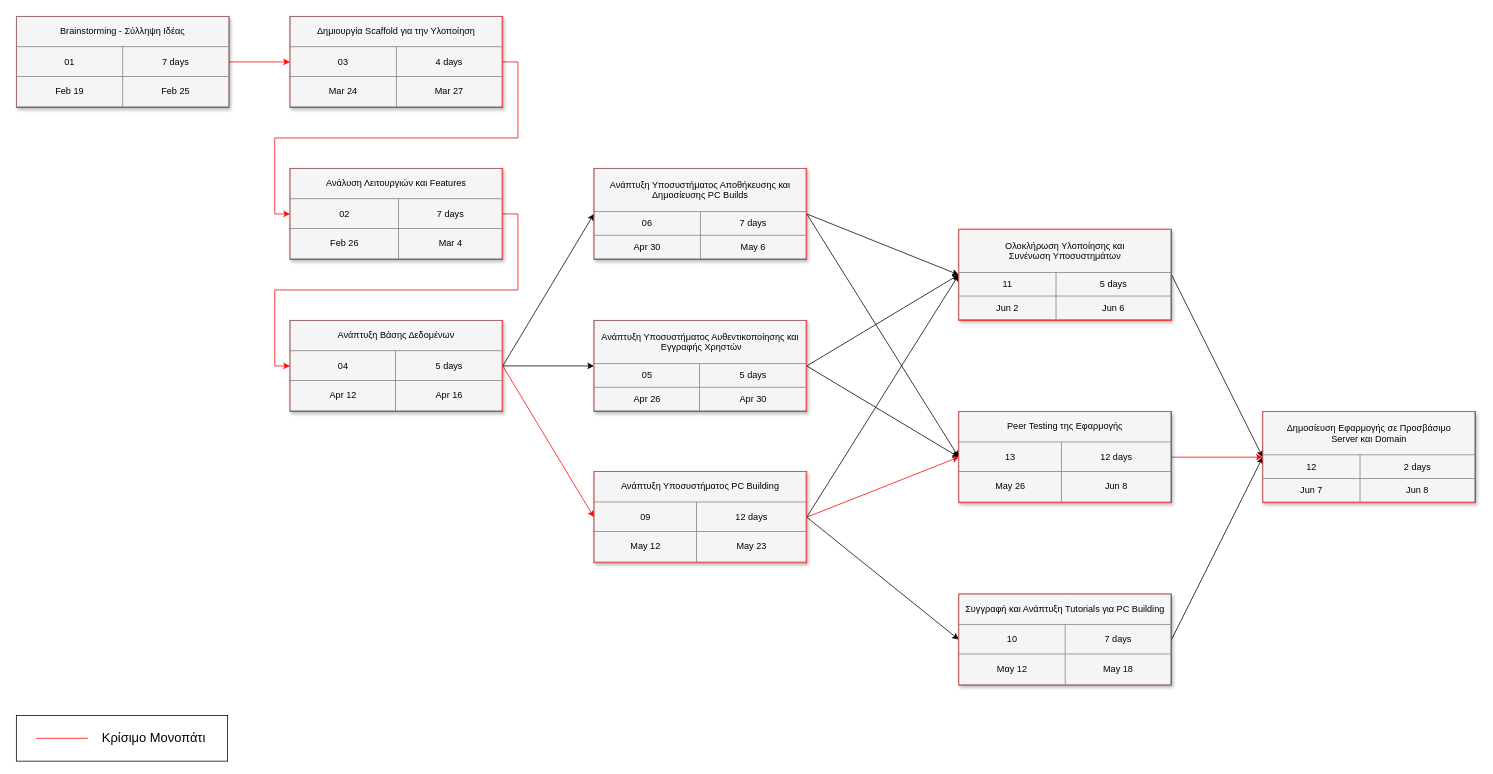
The draw.io diagram Report Files/1ο Παραδοτέο/Project Plan v0.1/project_pert.drawio in mpapasterg/click-n-build, before the edit. Source tidied: cells renumbered, new cells numbered last; positions are measured from the earlier drawing's top-left corner, leaving out a move shared by most shapes. Both pictures are drawn from the tidied source at 76%, with x=0, y=0 at pixel (16, 16).
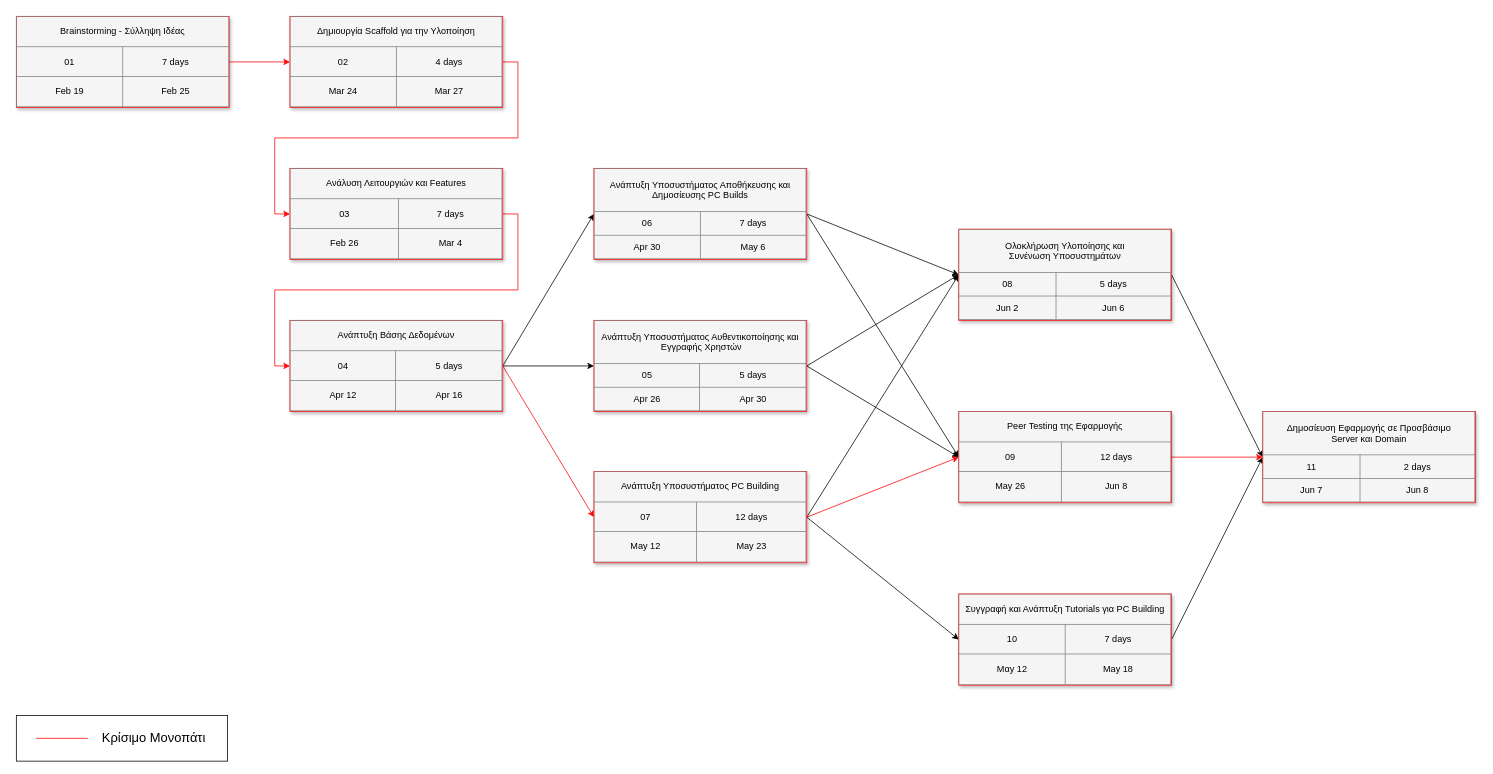
The same diagram, later.

Change to the diagram source:
```diff
@@
-    <mxCell id="4" value="&lt;table style=&quot;width: 100% ; height: 100% ; border-collapse: collapse&quot; width=&quot;100%&quot; border=&quot;1&quot;&gt;&lt;tbody&gt;&lt;tr&gt;&lt;td align=&quot;center&quot; colspan=&quot;2&quot;&gt;Δημιουργία Scaffold για την Υλοποίηση&lt;/td&gt;&lt;/tr&gt;&lt;tr&gt;&lt;td align=&quot;center&quot;&gt;03&lt;/td&gt;&lt;td align=&quot;center&quot;&gt;&lt;font style=&quot;font-size: 12px;&quot;&gt;4 days&lt;/font&gt;&lt;/td&gt;&lt;/tr&gt;&lt;tr&gt;&lt;td align=&quot;center&quot;&gt;&lt;font style=&quot;font-size: 12px;&quot;&gt;Mar 24&lt;/font&gt;&lt;/td&gt;&lt;td align=&quot;center&quot;&gt;&lt;font style=&quot;font-size: 12px;&quot;&gt;Mar 27&lt;/font&gt;&lt;/td&gt;&lt;/tr&gt;&lt;/tbody&gt;&lt;/table&gt;" style="text;html=1;strokeColor=#FF0000;fillColor=#f5f5f5;overflow=fill;rounded=0;shadow=1;fontSize=12;align=center;fontColor=#000000;" parent="1" vertex="1">
+    <mxCell id="4" value="&lt;table style=&quot;width: 100% ; height: 100% ; border-collapse: collapse&quot; width=&quot;100%&quot; border=&quot;1&quot;&gt;&lt;tbody&gt;&lt;tr&gt;&lt;td align=&quot;center&quot; colspan=&quot;2&quot;&gt;Δημιουργία Scaffold για την Υλοποίηση&lt;/td&gt;&lt;/tr&gt;&lt;tr&gt;&lt;td align=&quot;center&quot;&gt;02&lt;/td&gt;&lt;td align=&quot;center&quot;&gt;&lt;font style=&quot;font-size: 12px;&quot;&gt;4 days&lt;/font&gt;&lt;/td&gt;&lt;/tr&gt;&lt;tr&gt;&lt;td align=&quot;center&quot;&gt;&lt;font style=&quot;font-size: 12px;&quot;&gt;Mar 24&lt;/font&gt;&lt;/td&gt;&lt;td align=&quot;center&quot;&gt;&lt;font style=&quot;font-size: 12px;&quot;&gt;Mar 27&lt;/font&gt;&lt;/td&gt;&lt;/tr&gt;&lt;/tbody&gt;&lt;/table&gt;" style="text;html=1;strokeColor=#FF0000;fillColor=#f5f5f5;overflow=fill;rounded=0;shadow=1;fontSize=12;align=center;fontColor=#000000;" parent="1" vertex="1">
       <mxGeometry x="360" width="280" height="120" as="geometry" />
     </mxCell>
@@
-    <mxCell id="8" value="&lt;table style=&quot;width: 100% ; height: 100% ; border-collapse: collapse&quot; width=&quot;100%&quot; border=&quot;1&quot;&gt;&lt;tbody&gt;&lt;tr&gt;&lt;td align=&quot;center&quot; colspan=&quot;2&quot;&gt;Ανάλυση Λειτουργιών και Features&lt;/td&gt;&lt;/tr&gt;&lt;tr&gt;&lt;td align=&quot;center&quot;&gt;02&lt;/td&gt;&lt;td align=&quot;center&quot;&gt;&lt;font style=&quot;font-size: 12px;&quot;&gt;7 days&lt;/font&gt;&lt;/td&gt;&lt;/tr&gt;&lt;tr&gt;&lt;td align=&quot;center&quot;&gt;Feb 26&lt;/td&gt;&lt;td align=&quot;center&quot;&gt;&lt;font style=&quot;font-size: 12px;&quot;&gt;Mar 4&lt;/font&gt;&lt;/td&gt;&lt;/tr&gt;&lt;/tbody&gt;&lt;/table&gt;" style="text;html=1;strokeColor=#FF0000;fillColor=#f5f5f5;overflow=fill;rounded=0;shadow=1;fontSize=12;align=center;fontColor=#000000;" parent="1" vertex="1">
+    <mxCell id="8" value="&lt;table style=&quot;width: 100% ; height: 100% ; border-collapse: collapse&quot; width=&quot;100%&quot; border=&quot;1&quot;&gt;&lt;tbody&gt;&lt;tr&gt;&lt;td align=&quot;center&quot; colspan=&quot;2&quot;&gt;Ανάλυση Λειτουργιών και Features&lt;/td&gt;&lt;/tr&gt;&lt;tr&gt;&lt;td align=&quot;center&quot;&gt;03&lt;/td&gt;&lt;td align=&quot;center&quot;&gt;&lt;font style=&quot;font-size: 12px;&quot;&gt;7 days&lt;/font&gt;&lt;/td&gt;&lt;/tr&gt;&lt;tr&gt;&lt;td align=&quot;center&quot;&gt;Feb 26&lt;/td&gt;&lt;td align=&quot;center&quot;&gt;&lt;font style=&quot;font-size: 12px;&quot;&gt;Mar 4&lt;/font&gt;&lt;/td&gt;&lt;/tr&gt;&lt;/tbody&gt;&lt;/table&gt;" style="text;html=1;strokeColor=#FF0000;fillColor=#f5f5f5;overflow=fill;rounded=0;shadow=1;fontSize=12;align=center;fontColor=#000000;" parent="1" vertex="1">
       <mxGeometry x="360" y="200" width="280" height="120" as="geometry" />
     </mxCell>
@@
-    <mxCell id="24" value="&lt;table style=&quot;width: 100% ; height: 100% ; border-collapse: collapse&quot; width=&quot;100%&quot; border=&quot;1&quot;&gt;&lt;tbody&gt;&lt;tr&gt;&lt;td align=&quot;center&quot; colspan=&quot;2&quot;&gt;Ανάπτυξη Υποσυστήματος PC Building&lt;/td&gt;&lt;/tr&gt;&lt;tr&gt;&lt;td align=&quot;center&quot;&gt;09&lt;/td&gt;&lt;td align=&quot;center&quot;&gt;&lt;font style=&quot;font-size: 12px;&quot;&gt;12 days&lt;/font&gt;&lt;/td&gt;&lt;/tr&gt;&lt;tr&gt;&lt;td align=&quot;center&quot;&gt;&lt;font style=&quot;font-size: 12px;&quot;&gt;May 12&lt;/font&gt;&lt;/td&gt;&lt;td align=&quot;center&quot;&gt;&lt;font style=&quot;font-size: 12px;&quot;&gt;May 23&lt;/font&gt;&lt;/td&gt;&lt;/tr&gt;&lt;/tbody&gt;&lt;/table&gt;" style="text;html=1;strokeColor=#FF0000;fillColor=#f5f5f5;overflow=fill;rounded=0;shadow=1;fontSize=12;align=center;fontColor=#000000;" parent="1" vertex="1">
+    <mxCell id="24" value="&lt;table style=&quot;width: 100% ; height: 100% ; border-collapse: collapse&quot; width=&quot;100%&quot; border=&quot;1&quot;&gt;&lt;tbody&gt;&lt;tr&gt;&lt;td align=&quot;center&quot; colspan=&quot;2&quot;&gt;Ανάπτυξη Υποσυστήματος PC Building&lt;/td&gt;&lt;/tr&gt;&lt;tr&gt;&lt;td align=&quot;center&quot;&gt;07&lt;/td&gt;&lt;td align=&quot;center&quot;&gt;&lt;font style=&quot;font-size: 12px;&quot;&gt;12 days&lt;/font&gt;&lt;/td&gt;&lt;/tr&gt;&lt;tr&gt;&lt;td align=&quot;center&quot;&gt;&lt;font style=&quot;font-size: 12px;&quot;&gt;May 12&lt;/font&gt;&lt;/td&gt;&lt;td align=&quot;center&quot;&gt;&lt;font style=&quot;font-size: 12px;&quot;&gt;May 23&lt;/font&gt;&lt;/td&gt;&lt;/tr&gt;&lt;/tbody&gt;&lt;/table&gt;" style="text;html=1;strokeColor=#FF0000;fillColor=#f5f5f5;overflow=fill;rounded=0;shadow=1;fontSize=12;align=center;fontColor=#000000;" parent="1" vertex="1">
       <mxGeometry x="760" y="599" width="280" height="120" as="geometry" />
     </mxCell>
@@
-    <mxCell id="28" value="&lt;table style=&quot;width: 100% ; height: 100% ; border-collapse: collapse&quot; width=&quot;100%&quot; border=&quot;1&quot;&gt;&lt;tbody&gt;&lt;tr&gt;&lt;td align=&quot;center&quot; colspan=&quot;2&quot;&gt;Ολοκλήρωση Υλοποίησης και &lt;br&gt;Συνένωση Υποσυστημάτων&lt;/td&gt;&lt;/tr&gt;&lt;tr&gt;&lt;td align=&quot;center&quot;&gt;11&lt;/td&gt;&lt;td align=&quot;center&quot;&gt;&lt;font style=&quot;font-size: 12px;&quot;&gt;5 days&lt;/font&gt;&lt;/td&gt;&lt;/tr&gt;&lt;tr&gt;&lt;td align=&quot;center&quot;&gt;Jun 2&lt;/td&gt;&lt;td align=&quot;center&quot;&gt;Jun 6&lt;/td&gt;&lt;/tr&gt;&lt;/tbody&gt;&lt;/table&gt;" style="text;html=1;strokeColor=#FF0000;fillColor=#f5f5f5;overflow=fill;rounded=0;shadow=1;fontSize=12;align=center;fontColor=#000000;" parent="1" vertex="1">
+    <mxCell id="28" value="&lt;table style=&quot;width: 100% ; height: 100% ; border-collapse: collapse&quot; width=&quot;100%&quot; border=&quot;1&quot;&gt;&lt;tbody&gt;&lt;tr&gt;&lt;td align=&quot;center&quot; colspan=&quot;2&quot;&gt;Ολοκλήρωση Υλοποίησης και &lt;br&gt;Συνένωση Υποσυστημάτων&lt;/td&gt;&lt;/tr&gt;&lt;tr&gt;&lt;td align=&quot;center&quot;&gt;08&lt;/td&gt;&lt;td align=&quot;center&quot;&gt;&lt;font style=&quot;font-size: 12px;&quot;&gt;5 days&lt;/font&gt;&lt;/td&gt;&lt;/tr&gt;&lt;tr&gt;&lt;td align=&quot;center&quot;&gt;Jun 2&lt;/td&gt;&lt;td align=&quot;center&quot;&gt;Jun 6&lt;/td&gt;&lt;/tr&gt;&lt;/tbody&gt;&lt;/table&gt;" style="text;html=1;strokeColor=#FF0000;fillColor=#f5f5f5;overflow=fill;rounded=0;shadow=1;fontSize=12;align=center;fontColor=#000000;" parent="1" vertex="1">
       <mxGeometry x="1240" y="280" width="280" height="120" as="geometry" />
     </mxCell>
-    <mxCell id="29" value="&lt;table style=&quot;width: 100% ; height: 100% ; border-collapse: collapse&quot; width=&quot;100%&quot; border=&quot;1&quot;&gt;&lt;tbody&gt;&lt;tr&gt;&lt;td align=&quot;center&quot; colspan=&quot;2&quot;&gt;Δημοσίευση Εφαρμογής σε Προσβάσιμο&lt;br&gt;Server και Domain&lt;/td&gt;&lt;/tr&gt;&lt;tr&gt;&lt;td align=&quot;center&quot;&gt;12&lt;/td&gt;&lt;td align=&quot;center&quot;&gt;&lt;font style=&quot;font-size: 12px;&quot;&gt;2 days&lt;/font&gt;&lt;/td&gt;&lt;/tr&gt;&lt;tr&gt;&lt;td align=&quot;center&quot;&gt;Jun 7&lt;/td&gt;&lt;td align=&quot;center&quot;&gt;Jun 8&lt;/td&gt;&lt;/tr&gt;&lt;/tbody&gt;&lt;/table&gt;" style="text;html=1;strokeColor=#FF0000;fillColor=#f5f5f5;overflow=fill;rounded=0;shadow=1;fontSize=12;align=center;fontColor=#000000;" parent="1" vertex="1">
+    <mxCell id="29" value="&lt;table style=&quot;width: 100% ; height: 100% ; border-collapse: collapse&quot; width=&quot;100%&quot; border=&quot;1&quot;&gt;&lt;tbody&gt;&lt;tr&gt;&lt;td align=&quot;center&quot; colspan=&quot;2&quot;&gt;Δημοσίευση Εφαρμογής σε Προσβάσιμο&lt;br&gt;Server και Domain&lt;/td&gt;&lt;/tr&gt;&lt;tr&gt;&lt;td align=&quot;center&quot;&gt;11&lt;/td&gt;&lt;td align=&quot;center&quot;&gt;&lt;font style=&quot;font-size: 12px;&quot;&gt;2 days&lt;/font&gt;&lt;/td&gt;&lt;/tr&gt;&lt;tr&gt;&lt;td align=&quot;center&quot;&gt;Jun 7&lt;/td&gt;&lt;td align=&quot;center&quot;&gt;Jun 8&lt;/td&gt;&lt;/tr&gt;&lt;/tbody&gt;&lt;/table&gt;" style="text;html=1;strokeColor=#FF0000;fillColor=#f5f5f5;overflow=fill;rounded=0;shadow=1;fontSize=12;align=center;fontColor=#000000;" parent="1" vertex="1">
       <mxGeometry x="1640" y="520" width="280" height="120" as="geometry" />
     </mxCell>
@@
-    <mxCell id="31" value="&lt;table style=&quot;width: 100% ; height: 100% ; border-collapse: collapse&quot; width=&quot;100%&quot; border=&quot;1&quot;&gt;&lt;tbody&gt;&lt;tr&gt;&lt;td align=&quot;center&quot; colspan=&quot;2&quot;&gt;Peer Testing της Εφαρμογής&lt;/td&gt;&lt;/tr&gt;&lt;tr&gt;&lt;td align=&quot;center&quot;&gt;13&lt;/td&gt;&lt;td align=&quot;center&quot;&gt;&lt;font style=&quot;font-size: 12px;&quot;&gt;12 days&lt;/font&gt;&lt;/td&gt;&lt;/tr&gt;&lt;tr&gt;&lt;td align=&quot;center&quot;&gt;May 26&lt;/td&gt;&lt;td align=&quot;center&quot;&gt;Jun 8&lt;/td&gt;&lt;/tr&gt;&lt;/tbody&gt;&lt;/table&gt;" style="text;html=1;strokeColor=#FF0000;fillColor=#f5f5f5;overflow=fill;rounded=0;shadow=1;fontSize=12;align=center;fontColor=#000000;" parent="1" vertex="1">
+    <mxCell id="31" value="&lt;table style=&quot;width: 100% ; height: 100% ; border-collapse: collapse&quot; width=&quot;100%&quot; border=&quot;1&quot;&gt;&lt;tbody&gt;&lt;tr&gt;&lt;td align=&quot;center&quot; colspan=&quot;2&quot;&gt;Peer Testing της Εφαρμογής&lt;/td&gt;&lt;/tr&gt;&lt;tr&gt;&lt;td align=&quot;center&quot;&gt;09&lt;/td&gt;&lt;td align=&quot;center&quot;&gt;&lt;font style=&quot;font-size: 12px;&quot;&gt;12 days&lt;/font&gt;&lt;/td&gt;&lt;/tr&gt;&lt;tr&gt;&lt;td align=&quot;center&quot;&gt;May 26&lt;/td&gt;&lt;td align=&quot;center&quot;&gt;Jun 8&lt;/td&gt;&lt;/tr&gt;&lt;/tbody&gt;&lt;/table&gt;" style="text;html=1;strokeColor=#FF0000;fillColor=#f5f5f5;overflow=fill;rounded=0;shadow=1;fontSize=12;align=center;fontColor=#000000;" parent="1" vertex="1">
       <mxGeometry x="1240" y="520" width="280" height="120" as="geometry" />
     </mxCell>
```
